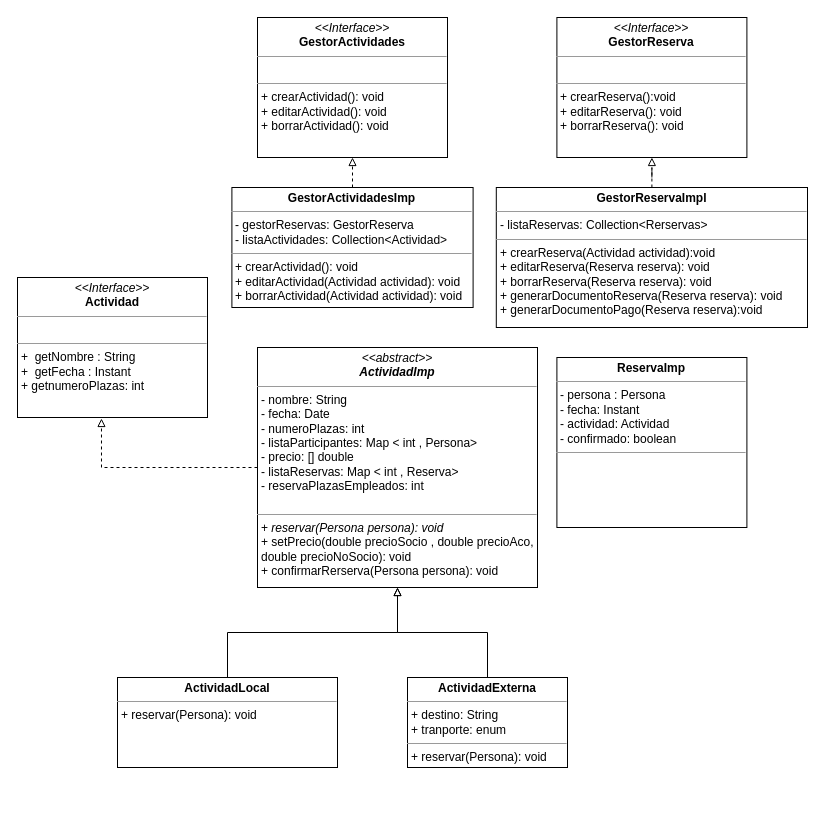
Before: Diagramas/ALUMA modelo Domino.drawio in Rechus/Aluma-Back, a draw.io diagram. Source tidied: cells renumbered, new cells numbered last; positions are measured from the earlier drawing's top-left corner, leaving out a move shared by most shapes. Both pictures are drawn from the tidied source at 100%, with x=0, y=0 at pixel (17, 17).
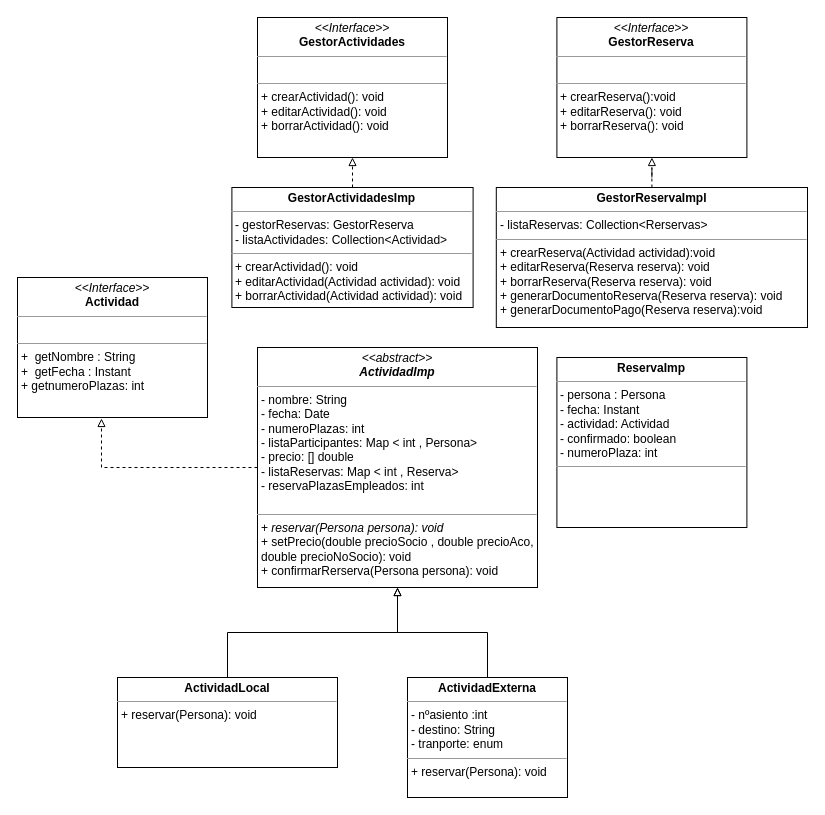
The same diagram, later.

The edit, as a diff of the source:
```diff
@@
 <mxGraphModel>
   <root>
     <mxCell id="0" />
     <mxCell id="1" parent="0" />
     <mxCell id="2" value="&lt;p style=&quot;margin: 0px ; margin-top: 4px ; text-align: center&quot;&gt;&lt;i&gt;&amp;lt;&amp;lt;Interface&amp;gt;&amp;gt;&lt;/i&gt;&lt;br&gt;&lt;b&gt;GestorActividades&lt;/b&gt;&lt;/p&gt;&lt;hr size=&quot;1&quot;&gt;&lt;p style=&quot;margin: 0px ; margin-left: 4px&quot;&gt;&lt;br&gt;&lt;/p&gt;&lt;hr size=&quot;1&quot;&gt;&lt;p style=&quot;margin: 0px ; margin-left: 4px&quot;&gt;+ crearActividad(): void&lt;/p&gt;&lt;p style=&quot;margin: 0px ; margin-left: 4px&quot;&gt;+ editarActividad(): void&lt;/p&gt;&lt;p style=&quot;margin: 0px ; margin-left: 4px&quot;&gt;+ borrarActividad(): void&lt;br&gt;&lt;/p&gt;" style="verticalAlign=top;align=left;overflow=fill;fontSize=12;fontFamily=Helvetica;html=1;" parent="1" vertex="1">
       <mxGeometry x="240" width="190" height="140" as="geometry" />
     </mxCell>
     <mxCell id="3" style="edgeStyle=orthogonalEdgeStyle;rounded=0;jettySize=auto;html=1;exitX=0.5;exitY=0;exitDx=0;exitDy=0;entryX=0.5;entryY=1;entryDx=0;entryDy=0;dashed=1;endArrow=block;endFill=0;" parent="1" edge="1" source="4" target="2">
       <mxGeometry relative="1" as="geometry" />
     </mxCell>
     <mxCell id="4" value="&lt;p style=&quot;margin: 0px ; margin-top: 4px ; text-align: center&quot;&gt;&lt;b&gt;GestorActividadesImp&lt;/b&gt;&lt;/p&gt;&lt;hr size=&quot;1&quot;&gt;&lt;p style=&quot;margin: 0px ; margin-left: 4px&quot;&gt;- gestorReservas: GestorReserva&lt;/p&gt;&lt;p style=&quot;margin: 0px ; margin-left: 4px&quot;&gt;- listaActividades: Collection&amp;lt;Actividad&amp;gt;&lt;/p&gt;&lt;hr size=&quot;1&quot;&gt;&lt;p style=&quot;margin: 0px 0px 0px 4px&quot;&gt;+ crearActividad(): void&lt;/p&gt;&lt;p style=&quot;margin: 0px 0px 0px 4px&quot;&gt;+ editarActividad(Actividad actividad): void&lt;/p&gt;&lt;p style=&quot;margin: 0px 0px 0px 4px&quot;&gt;+ borrarActividad(Actividad actividad): void&lt;/p&gt;" style="verticalAlign=top;align=left;overflow=fill;fontSize=12;fontFamily=Helvetica;html=1;" parent="1" vertex="1">
       <mxGeometry x="214.4" y="170" width="241.2" height="120" as="geometry" />
     </mxCell>
     <mxCell id="5" style="edgeStyle=orthogonalEdgeStyle;rounded=0;jettySize=auto;html=1;dashed=1;endArrow=block;endFill=0;entryX=0.442;entryY=1.007;entryDx=0;entryDy=0;entryPerimeter=0;" parent="1" edge="1" source="6" target="14">
       <mxGeometry relative="1" as="geometry" />
     </mxCell>
     <mxCell id="6" value="&lt;p style=&quot;margin: 0px ; margin-top: 4px ; text-align: center&quot;&gt;&lt;i&gt;&amp;lt;&amp;lt;abstract&amp;gt;&amp;gt;&lt;/i&gt;&lt;br&gt;&lt;b&gt;&lt;i&gt;ActividadImp&lt;/i&gt;&lt;/b&gt;&lt;/p&gt;&lt;hr size=&quot;1&quot;&gt;&lt;p style=&quot;margin: 0px ; margin-left: 4px&quot;&gt;- nombre: String&lt;br&gt;- fecha: Date&lt;/p&gt;&lt;p style=&quot;margin: 0px ; margin-left: 4px&quot;&gt;- numeroPlazas: int&lt;/p&gt;&lt;p style=&quot;margin: 0px ; margin-left: 4px&quot;&gt;- listaParticipantes: Map &amp;lt; int , Persona&amp;gt;&lt;br&gt;&lt;/p&gt;&lt;p style=&quot;margin: 0px ; margin-left: 4px&quot;&gt;- precio: [] double&lt;/p&gt;&lt;p style=&quot;margin: 0px ; margin-left: 4px&quot;&gt;- listaReservas: Map &amp;lt; int , Reserva&amp;gt;&lt;/p&gt;&lt;p style=&quot;margin: 0px ; margin-left: 4px&quot;&gt;- reservaPlazasEmpleados: int&lt;/p&gt;&lt;p style=&quot;margin: 0px ; margin-left: 4px&quot;&gt;&lt;br&gt;&lt;/p&gt;&lt;hr size=&quot;1&quot;&gt;&lt;p style=&quot;margin: 0px ; margin-left: 4px&quot;&gt;+ &lt;i&gt;reservar(Persona persona): void&lt;/i&gt;&lt;/p&gt;&lt;p style=&quot;margin: 0px ; margin-left: 4px&quot;&gt;+ setPrecio(double precioSocio , double precioAco,&lt;/p&gt;&lt;p style=&quot;margin: 0px ; margin-left: 4px&quot;&gt;double precioNoSocio): void&lt;/p&gt;&lt;p style=&quot;margin: 0px ; margin-left: 4px&quot;&gt;+ confirmarRerserva(Persona persona): void&lt;/p&gt;&lt;p style=&quot;margin: 0px ; margin-left: 4px&quot;&gt;&lt;br&gt;&lt;/p&gt;&lt;p style=&quot;margin: 0px ; margin-left: 4px&quot;&gt;&lt;br&gt;&lt;/p&gt;" style="verticalAlign=top;align=left;overflow=fill;fontSize=12;fontFamily=Helvetica;html=1;" parent="1" vertex="1">
       <mxGeometry x="240" y="330" width="280" height="240" as="geometry" />
     </mxCell>
     <mxCell id="7" style="edgeStyle=orthogonalEdgeStyle;rounded=0;jettySize=auto;html=1;exitX=0.5;exitY=0;exitDx=0;exitDy=0;endArrow=block;endFill=0;" parent="1" edge="1" source="8" target="6">
       <mxGeometry relative="1" as="geometry" />
     </mxCell>
     <mxCell id="8" value="&lt;p style=&quot;margin: 0px ; margin-top: 4px ; text-align: center&quot;&gt;&lt;b&gt;ActividadLocal&lt;/b&gt;&lt;/p&gt;&lt;hr size=&quot;1&quot;&gt;&lt;p style=&quot;margin: 0px ; margin-left: 4px&quot;&gt;&lt;/p&gt;&lt;p style=&quot;margin: 0px ; margin-left: 4px&quot;&gt;+ reservar(Persona): void&lt;/p&gt;" style="verticalAlign=top;align=left;overflow=fill;fontSize=12;fontFamily=Helvetica;html=1;" parent="1" vertex="1">
       <mxGeometry x="100" y="660" width="220" height="90" as="geometry" />
     </mxCell>
     <mxCell id="9" style="edgeStyle=orthogonalEdgeStyle;rounded=0;jettySize=auto;html=1;exitX=0.5;exitY=0;exitDx=0;exitDy=0;entryX=0.5;entryY=1;entryDx=0;entryDy=0;endArrow=block;endFill=0;" parent="1" edge="1" source="10" target="6">
       <mxGeometry relative="1" as="geometry" />
     </mxCell>
-    <mxCell id="10" value="&lt;p style=&quot;margin: 0px ; margin-top: 4px ; text-align: center&quot;&gt;&lt;b&gt;ActividadExterna&lt;/b&gt;&lt;/p&gt;&lt;hr size=&quot;1&quot;&gt;&lt;p style=&quot;margin: 0px ; margin-left: 4px&quot;&gt;&lt;span&gt;+ destino: String&lt;/span&gt;&lt;br&gt;&lt;/p&gt;&lt;p style=&quot;margin: 0px ; margin-left: 4px&quot;&gt;+ tranporte: enum&amp;nbsp;&lt;/p&gt;&lt;hr size=&quot;1&quot;&gt;&lt;p style=&quot;margin: 0px ; margin-left: 4px&quot;&gt;+ reservar(Persona): void&lt;/p&gt;" style="verticalAlign=top;align=left;overflow=fill;fontSize=12;fontFamily=Helvetica;html=1;" parent="1" vertex="1">
-      <mxGeometry x="390" y="660" width="160" height="90" as="geometry" />
+    <mxCell id="10" value="&lt;p style=&quot;margin: 0px ; margin-top: 4px ; text-align: center&quot;&gt;&lt;b&gt;ActividadExterna&lt;/b&gt;&lt;/p&gt;&lt;hr size=&quot;1&quot;&gt;&lt;p style=&quot;margin: 0px ; margin-left: 4px&quot;&gt;&lt;span&gt;- nºasiento :int&lt;/span&gt;&lt;/p&gt;&lt;p style=&quot;margin: 0px ; margin-left: 4px&quot;&gt;&lt;span&gt;- destino: String&lt;/span&gt;&lt;br&gt;&lt;/p&gt;&lt;p style=&quot;margin: 0px ; margin-left: 4px&quot;&gt;- tranporte: enum&amp;nbsp;&lt;/p&gt;&lt;hr size=&quot;1&quot;&gt;&lt;p style=&quot;margin: 0px ; margin-left: 4px&quot;&gt;+ reservar(Persona): void&lt;/p&gt;" style="verticalAlign=top;align=left;overflow=fill;fontSize=12;fontFamily=Helvetica;html=1;" parent="1" vertex="1">
+      <mxGeometry x="390" y="660" width="160" height="120" as="geometry" />
     </mxCell>
     <mxCell id="11" value="&lt;p style=&quot;margin: 0px ; margin-top: 4px ; text-align: center&quot;&gt;&lt;i&gt;&amp;lt;&amp;lt;Interface&amp;gt;&amp;gt;&lt;/i&gt;&lt;br&gt;&lt;b&gt;GestorReserva&lt;/b&gt;&lt;/p&gt;&lt;hr size=&quot;1&quot;&gt;&lt;p style=&quot;margin: 0px ; margin-left: 4px&quot;&gt;&lt;br&gt;&lt;/p&gt;&lt;hr size=&quot;1&quot;&gt;&lt;p style=&quot;margin: 0px ; margin-left: 4px&quot;&gt;+ crearReserva():void&lt;/p&gt;&lt;p style=&quot;margin: 0px ; margin-left: 4px&quot;&gt;+ editarReserva(): void&lt;/p&gt;&lt;p style=&quot;margin: 0px ; margin-left: 4px&quot;&gt;+ borrarReserva(): void&lt;br&gt;&lt;/p&gt;" style="verticalAlign=top;align=left;overflow=fill;fontSize=12;fontFamily=Helvetica;html=1;" parent="1" vertex="1">
       <mxGeometry x="539.4" width="190" height="140" as="geometry" />
     </mxCell>
     <mxCell id="12" style="edgeStyle=orthogonalEdgeStyle;rounded=0;jettySize=auto;html=1;endArrow=block;endFill=0;dashed=1;" parent="1" edge="1" source="13" target="11">
       <mxGeometry relative="1" as="geometry" />
     </mxCell>
     <mxCell id="13" value="&lt;p style=&quot;margin: 0px ; margin-top: 4px ; text-align: center&quot;&gt;&lt;b&gt;GestorReservaImpl&lt;/b&gt;&lt;/p&gt;&lt;hr size=&quot;1&quot;&gt;&lt;p style=&quot;margin: 0px ; margin-left: 4px&quot;&gt;&lt;span&gt;- listaReservas: Collection&amp;lt;Rerservas&amp;gt;&lt;/span&gt;&lt;br&gt;&lt;/p&gt;&lt;hr size=&quot;1&quot;&gt;&lt;p style=&quot;margin: 0px 0px 0px 4px&quot;&gt;+ crearReserva(Actividad actividad):void&lt;/p&gt;&lt;p style=&quot;margin: 0px 0px 0px 4px&quot;&gt;+ editarReserva(Reserva reserva): void&lt;/p&gt;&lt;p style=&quot;margin: 0px 0px 0px 4px&quot;&gt;+ borrarReserva(Reserva reserva): void&lt;/p&gt;&lt;p style=&quot;margin: 0px 0px 0px 4px&quot;&gt;+ generarDocumentoReserva(Reserva reserva): void&lt;/p&gt;&lt;p style=&quot;margin: 0px 0px 0px 4px&quot;&gt;+ generarDocumentoPago(Reserva reserva):void&lt;/p&gt;&lt;p style=&quot;margin: 0px 0px 0px 4px&quot;&gt;&lt;br&gt;&lt;/p&gt;" style="verticalAlign=top;align=left;overflow=fill;fontSize=12;fontFamily=Helvetica;html=1;" parent="1" vertex="1">
       <mxGeometry x="478.8" y="170" width="311.2" height="140" as="geometry" />
     </mxCell>
     <mxCell id="14" value="&lt;p style=&quot;margin: 0px ; margin-top: 4px ; text-align: center&quot;&gt;&lt;i&gt;&amp;lt;&amp;lt;Interface&amp;gt;&amp;gt;&lt;/i&gt;&lt;br&gt;&lt;b&gt;Actividad&lt;/b&gt;&lt;/p&gt;&lt;hr size=&quot;1&quot;&gt;&lt;p style=&quot;margin: 0px ; margin-left: 4px&quot;&gt;&lt;br&gt;&lt;/p&gt;&lt;hr size=&quot;1&quot;&gt;&lt;p style=&quot;margin: 0px ; margin-left: 4px&quot;&gt;+&amp;nbsp; getNombre : String&lt;br&gt;+&amp;nbsp; getFecha : Instant&lt;/p&gt;&lt;p style=&quot;margin: 0px ; margin-left: 4px&quot;&gt;+ getnumeroPlazas: int&lt;/p&gt;" style="verticalAlign=top;align=left;overflow=fill;fontSize=12;fontFamily=Helvetica;html=1;" parent="1" vertex="1">
       <mxGeometry y="260" width="190" height="140" as="geometry" />
     </mxCell>
-    <mxCell id="15" value="&lt;p style=&quot;margin: 0px ; margin-top: 4px ; text-align: center&quot;&gt;&lt;b&gt;ReservaImp&lt;/b&gt;&lt;/p&gt;&lt;hr size=&quot;1&quot;&gt;&lt;p style=&quot;margin: 0px ; margin-left: 4px&quot;&gt;&lt;span&gt;- persona : Persona&amp;nbsp;&lt;/span&gt;&lt;br&gt;&lt;/p&gt;&lt;p style=&quot;margin: 0px ; margin-left: 4px&quot;&gt;- fecha: Instant&lt;/p&gt;&lt;p style=&quot;margin: 0px ; margin-left: 4px&quot;&gt;- actividad: Actividad&lt;/p&gt;&lt;p style=&quot;margin: 0px ; margin-left: 4px&quot;&gt;- confirmado: boolean&lt;/p&gt;&lt;hr size=&quot;1&quot;&gt;&lt;p style=&quot;margin: 0px ; margin-left: 4px&quot;&gt;&lt;br&gt;&lt;br&gt;&lt;/p&gt;" style="verticalAlign=top;align=left;overflow=fill;fontSize=12;fontFamily=Helvetica;html=1;" parent="1" vertex="1">
+    <mxCell id="15" value="&lt;p style=&quot;margin: 0px ; margin-top: 4px ; text-align: center&quot;&gt;&lt;b&gt;ReservaImp&lt;/b&gt;&lt;/p&gt;&lt;hr size=&quot;1&quot;&gt;&lt;p style=&quot;margin: 0px ; margin-left: 4px&quot;&gt;&lt;span&gt;- persona : Persona&amp;nbsp;&lt;/span&gt;&lt;br&gt;&lt;/p&gt;&lt;p style=&quot;margin: 0px ; margin-left: 4px&quot;&gt;- fecha: Instant&lt;/p&gt;&lt;p style=&quot;margin: 0px ; margin-left: 4px&quot;&gt;- actividad: Actividad&lt;/p&gt;&lt;p style=&quot;margin: 0px ; margin-left: 4px&quot;&gt;- confirmado: boolean&lt;/p&gt;&lt;p style=&quot;margin: 0px ; margin-left: 4px&quot;&gt;- numeroPlaza: int&lt;/p&gt;&lt;hr size=&quot;1&quot;&gt;&lt;p style=&quot;margin: 0px ; margin-left: 4px&quot;&gt;&lt;br&gt;&lt;br&gt;&lt;/p&gt;" style="verticalAlign=top;align=left;overflow=fill;fontSize=12;fontFamily=Helvetica;html=1;" parent="1" vertex="1">
       <mxGeometry x="539.4" y="340" width="190" height="170" as="geometry" />
     </mxCell>
   </root>
 </mxGraphModel>
```
